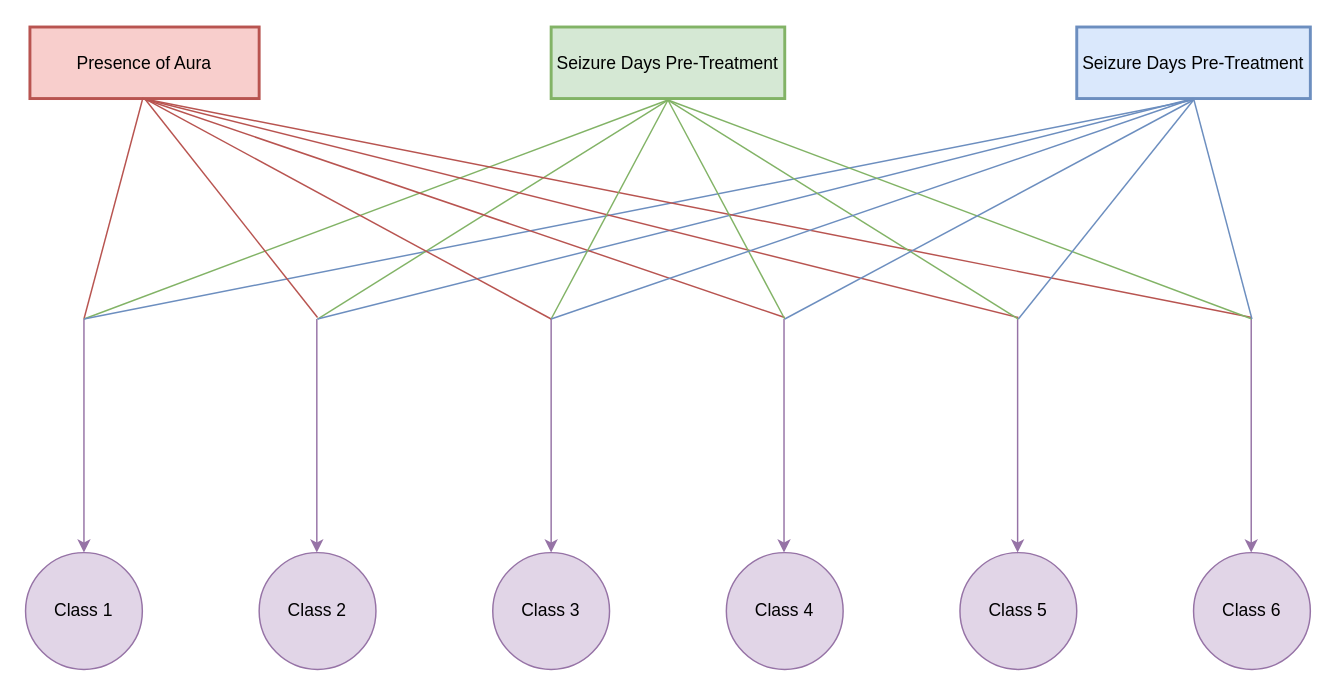
Before: graphs/ILAE Knowledge Graph.drawio in vineet-reddy/SeizureScoreAI, a draw.io diagram. Source tidied: cells renumbered, new cells numbered last; positions are measured from the earlier drawing's top-left corner, leaving out a move shared by most shapes. Both pictures are drawn from the tidied source at 146%, with x=0, y=0 at pixel (25, 26).
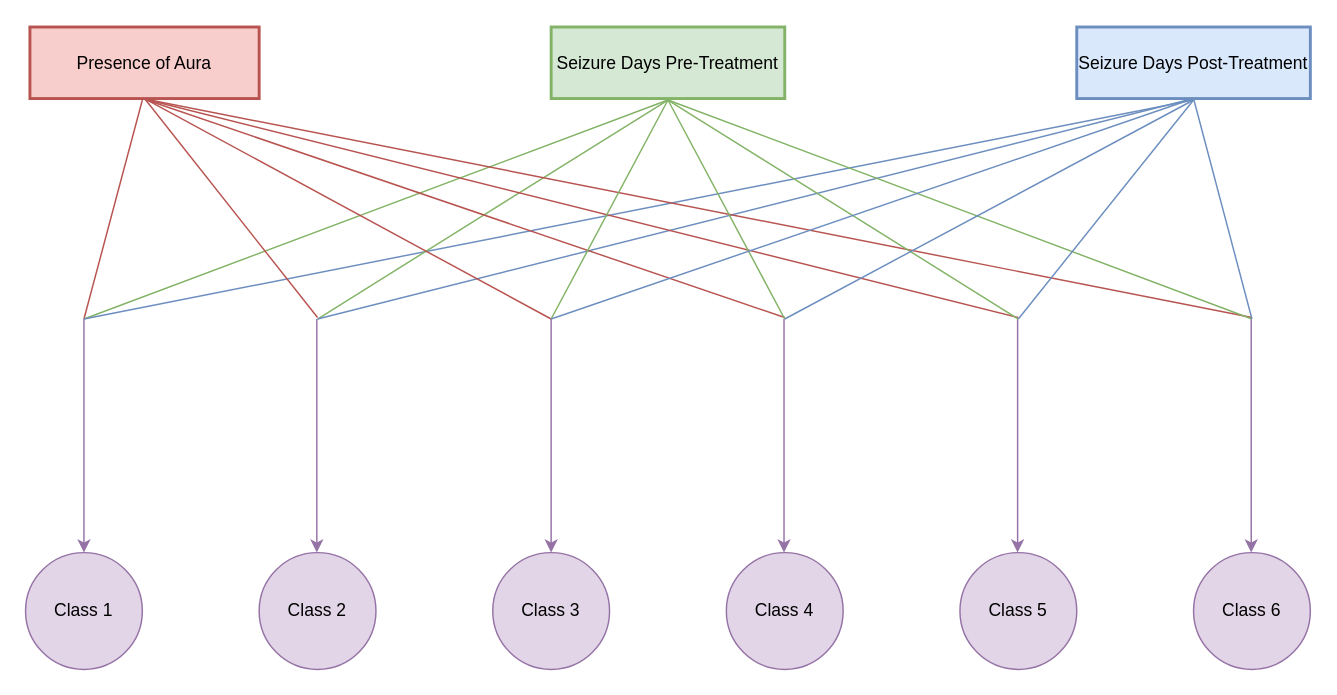
The same page after the edit.

Commit message:
update knowledge graph

Diff of the diagram source:
```diff
@@
-    <mxCell id="4" value="Seizure Days Pre-Treatment" style="whiteSpace=wrap;strokeWidth=2;fillColor=#dae8fc;strokeColor=#6c8ebf;" parent="1" vertex="1">
+    <mxCell id="4" value="Seizure Days Post-Treatment" style="whiteSpace=wrap;strokeWidth=2;fillColor=#dae8fc;strokeColor=#6c8ebf;" parent="1" vertex="1">
       <mxGeometry x="720" width="160" height="49" as="geometry" />
     </mxCell>
```
